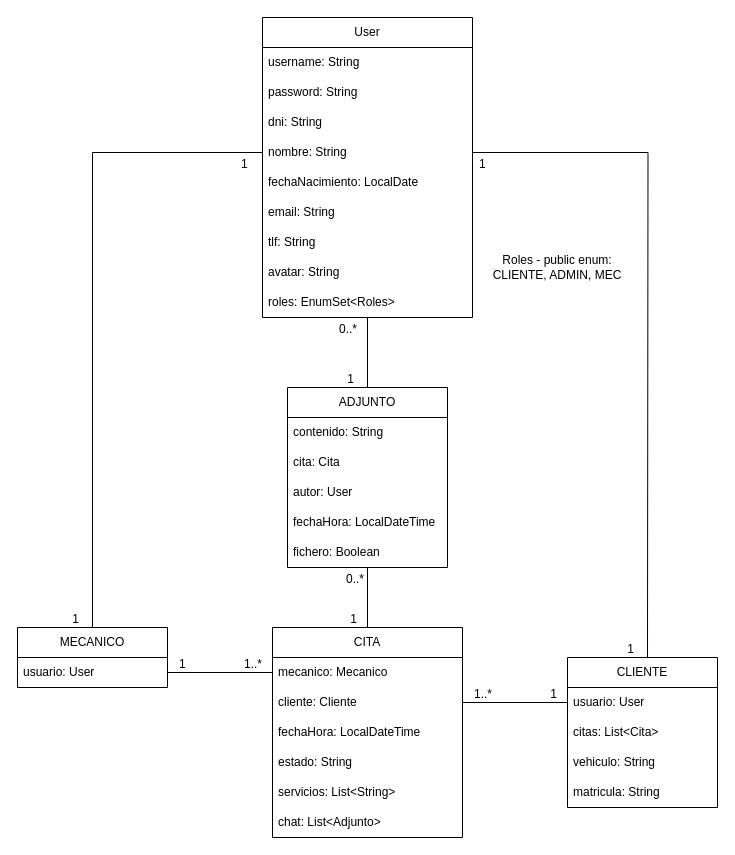
The draw.io diagram docs/diagrama_clases/Diagrama.drawio in PlayerMario/talleres-ruiz, before the edit. Source tidied: cells renumbered, new cells numbered last; positions are measured from the earlier drawing's top-left corner, leaving out a move shared by most shapes. Both pictures are drawn from the tidied source at 100%, with x=0, y=0 at pixel (17, 17).
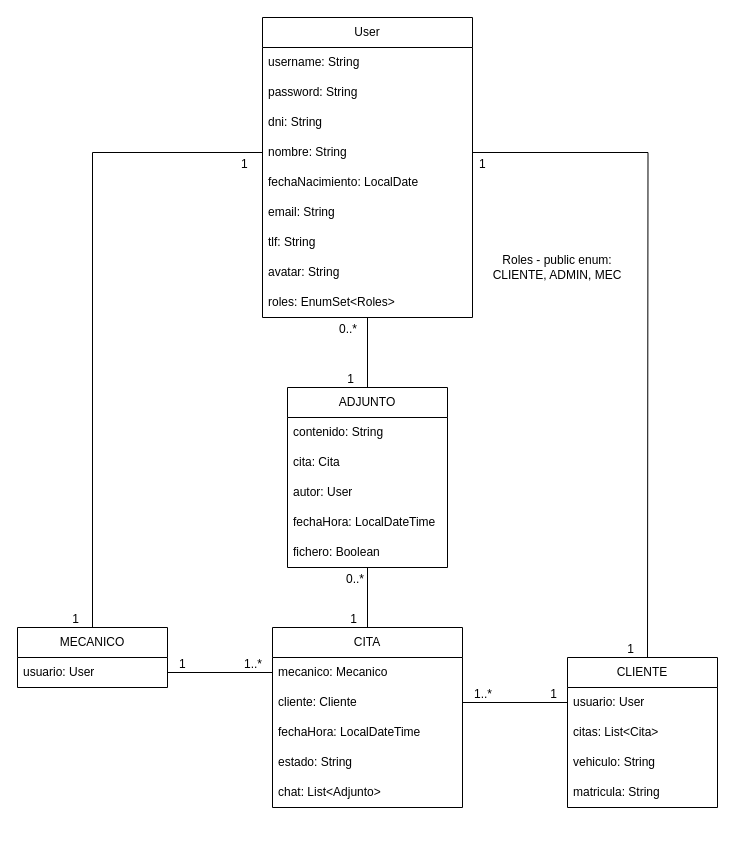
After the change.

What changed in the source:
```diff
@@
     <mxCell id="2" value="CITA" style="swimlane;fontStyle=0;horizontal=1;startSize=30;whiteSpace=wrap;html=1;" parent="1" vertex="1">
-      <mxGeometry x="255" y="610" width="190" height="210" as="geometry" />
+      <mxGeometry x="255" y="610" width="190" height="180" as="geometry" />
     </mxCell>
@@
-    <mxCell id="7" value="servicios: List&amp;lt;String&amp;gt;" style="text;strokeColor=none;fillColor=none;align=left;verticalAlign=middle;spacingLeft=4;spacingRight=4;overflow=hidden;whiteSpace=wrap;html=1;" parent="2" vertex="1">
-      <mxGeometry y="150" width="190" height="30" as="geometry" />
-    </mxCell>
     <mxCell id="8" value="chat: List&amp;lt;Adjunto&amp;gt;" style="text;strokeColor=none;fillColor=none;align=left;verticalAlign=middle;spacingLeft=4;spacingRight=4;overflow=hidden;whiteSpace=wrap;html=1;" parent="2" vertex="1">
-      <mxGeometry y="180" width="190" height="30" as="geometry" />
+      <mxGeometry y="150" width="190" height="30" as="geometry" />
     </mxCell>
```
